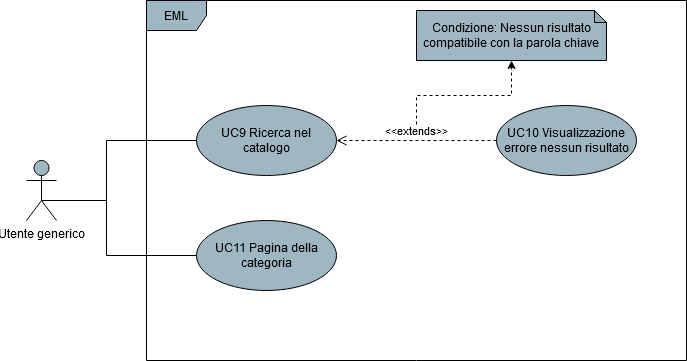
Earlier version of the draw.io export DocumentazioneEsterna/AnalisiDeiRequisiti/res/UseCase/Immagini/NavigazioneCatalogoGenerale.png (Omicron-Team/Documentazione). Source tidied: cells renumbered, new cells last; positions are measured from the earlier drawing's top-left corner, leaving out a move shared by most shapes.
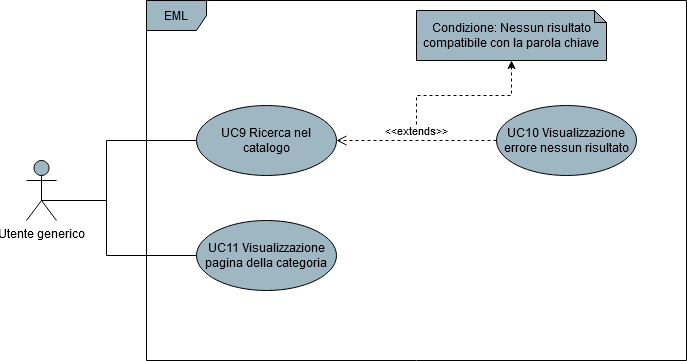
After the change.

Change to the diagram source:
```diff
@@ -42,7 +42,7 @@
         </Array>
       </mxGeometry>
     </mxCell>
-    <mxCell id="11" value="UC11 Pagina della categoria" style="ellipse;whiteSpace=wrap;html=1;fillColor=#9FB6C3;" parent="1" vertex="1">
+    <mxCell id="11" value="UC11 Visualizzazione pagina della categoria" style="ellipse;whiteSpace=wrap;html=1;fillColor=#9FB6C3;" parent="1" vertex="1">
       <mxGeometry x="170" y="220" width="140" height="70" as="geometry" />
     </mxCell>
   </root>
```
